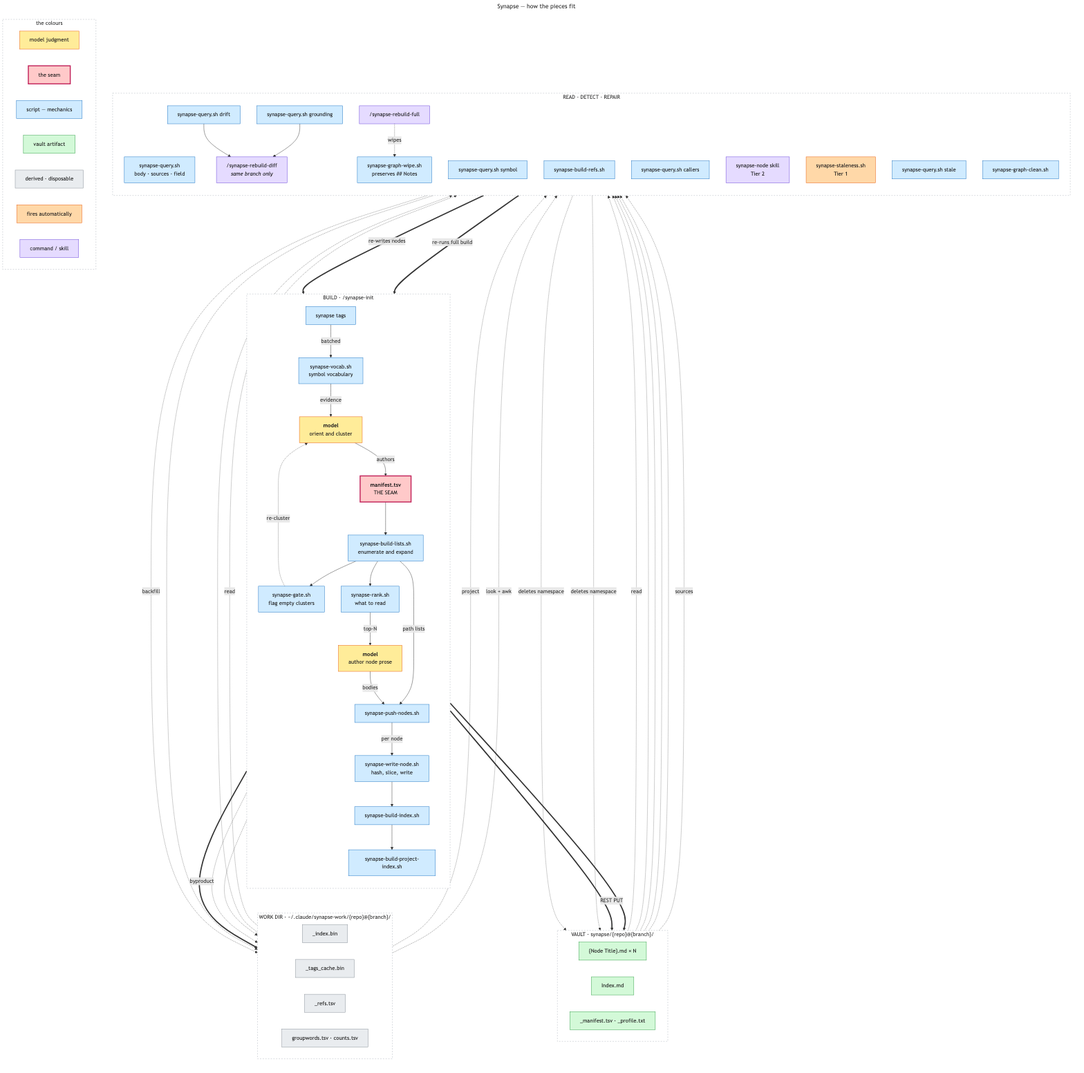
Earlier version of the Mermaid export docs/diagrams/synapse-pipeline.png (imunitic/synapse). Its source is kept beside it as docs/diagrams/synapse-pipeline.mmd.
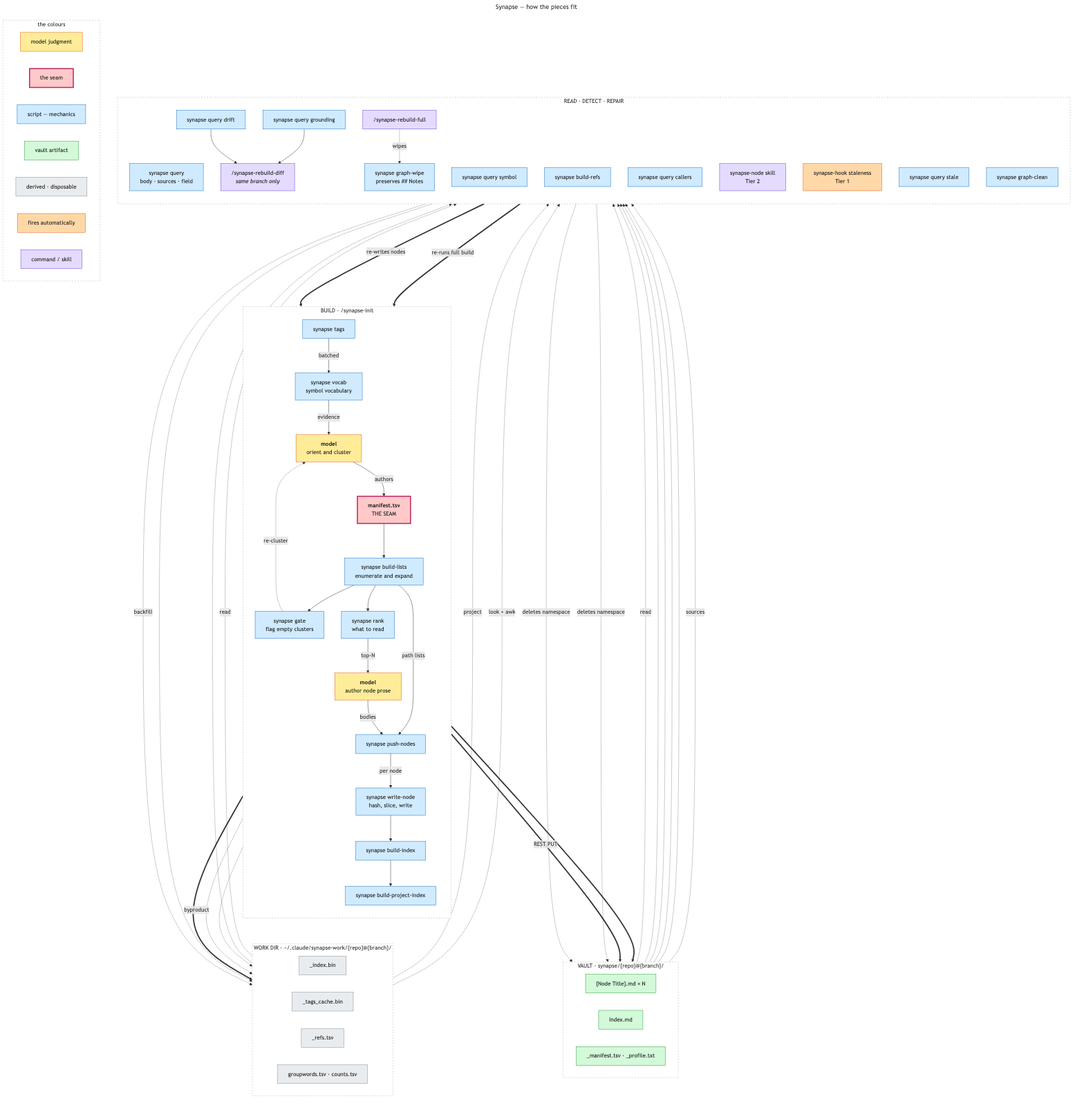
Above is the later version.

Diff of the diagram source:
```diff
@@ -13,17 +13,17 @@
     subgraph BUILD["BUILD · /synapse-init"]
         direction TB
         TAGS["synapse tags"]
-        VOCAB["synapse-vocab.sh<br/>symbol vocabulary"]
+        VOCAB["synapse vocab<br/>symbol vocabulary"]
         ORIENT["<b>model</b><br/>orient and cluster"]
         MANIFEST["<b>manifest.tsv</b><br/>THE SEAM"]
-        LISTS["synapse-build-lists.sh<br/>enumerate and expand"]
-        GATE["synapse-gate.sh<br/>flag empty clusters"]
-        RANK["synapse-rank.sh<br/>what to read"]
+        LISTS["synapse build-lists<br/>enumerate and expand"]
+        GATE["synapse gate<br/>flag empty clusters"]
+        RANK["synapse rank<br/>what to read"]
         PROSE["<b>model</b><br/>author node prose"]
-        PUSH["synapse-push-nodes.sh"]
-        WRITE["synapse-write-node.sh<br/>hash, slice, write"]
-        IDX["synapse-build-index.sh"]
-        PIDX["synapse-build-project-index.sh"]
+        PUSH["synapse push-nodes"]
+        WRITE["synapse write-node<br/>hash, slice, write"]
+        IDX["synapse build-index"]
+        PIDX["synapse build-project-index"]
 
         TAGS -->|"batched"| VOCAB
         VOCAB -->|"evidence"| ORIENT
@@ -62,19 +62,19 @@
 
     subgraph USE["READ · DETECT · REPAIR"]
         direction TB
-        QUERY["synapse-query.sh<br/>body · sources · field"]
-        SYMBOL["synapse-query.sh symbol"]
-        REFS["synapse-build-refs.sh"]
-        CALLERS["synapse-query.sh callers"]
+        QUERY["synapse query<br/>body · sources · field"]
+        SYMBOL["synapse query symbol"]
+        REFS["synapse build-refs"]
+        CALLERS["synapse query callers"]
         NODESKILL["synapse-node skill<br/>Tier 2"]
-        STALE1["synapse-staleness.sh<br/>Tier 1"]
-        STALE2["synapse-query.sh stale"]
-        DRIFT["synapse-query.sh drift"]
-        GROUND["synapse-query.sh grounding"]
+        STALE1["synapse-hook staleness<br/>Tier 1"]
+        STALE2["synapse query stale"]
+        DRIFT["synapse query drift"]
+        GROUND["synapse query grounding"]
         REBUILDDIFF["/synapse-rebuild-diff<br/><i>same branch only</i>"]
         REBUILDFULL["/synapse-rebuild-full"]
-        CLEAN["synapse-graph-clean.sh"]
-        WIPE["synapse-graph-wipe.sh<br/>preserves ## Notes"]
+        CLEAN["synapse graph-clean"]
+        WIPE["synapse graph-wipe<br/>preserves ## Notes"]
 
         DRIFT --> REBUILDDIFF
         GROUND --> REBUILDDIFF
```
